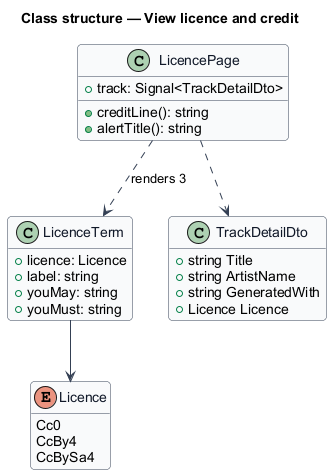
QuinntyneBrown/hummi keeps this PlantUML diagram as docs/detailed-designs/catalogue/view-licence/diagrams/class-structure.png. Above is the earlier version. Its source is kept beside it as docs/detailed-designs/catalogue/view-licence/diagrams/class-structure.puml. The source it was exported from:
```plantuml
@startuml
skinparam backgroundColor #FFFFFF
skinparam shadowing false
skinparam roundcorner 8
skinparam defaultFontName Arial
skinparam ArrowColor #344054
skinparam class {
  BorderColor #344054
  FontColor #101828
  BackgroundColor #F9FAFB
}
hide empty members
title Class structure — View licence and credit

enum Licence {
  Cc0
  CcBy4
  CcBySa4
}
class LicenceTerm {
  +licence: Licence
  +label: string
  +youMay: string
  +youMust: string
}
class LicencePage {
  +track: Signal<TrackDetailDto>
  +creditLine(): string
  +alertTitle(): string
}
class TrackDetailDto {
  +string Title
  +string ArtistName
  +string GeneratedWith
  +Licence Licence
}
LicencePage ..> TrackDetailDto
LicencePage ..> LicenceTerm : renders 3
LicenceTerm --> Licence
@enduml
```
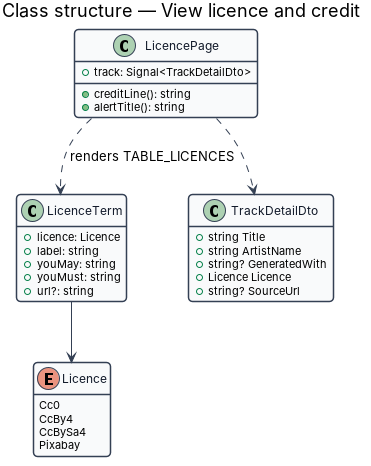
The same diagram one commit later.

The edit, as a diff of the source:
```diff
@@ -16,12 +16,14 @@
   Cc0
   CcBy4
   CcBySa4
+  Pixabay
 }
 class LicenceTerm {
   +licence: Licence
   +label: string
   +youMay: string
   +youMust: string
+  +url?: string
 }
 class LicencePage {
   +track: Signal<TrackDetailDto>
@@ -31,10 +33,11 @@
 class TrackDetailDto {
   +string Title
   +string ArtistName
-  +string GeneratedWith
+  +string? GeneratedWith
   +Licence Licence
+  +string? SourceUrl
 }
 LicencePage ..> TrackDetailDto
-LicencePage ..> LicenceTerm : renders 3
+LicencePage ..> LicenceTerm : renders TABLE_LICENCES
 LicenceTerm --> Licence
 @enduml
```
